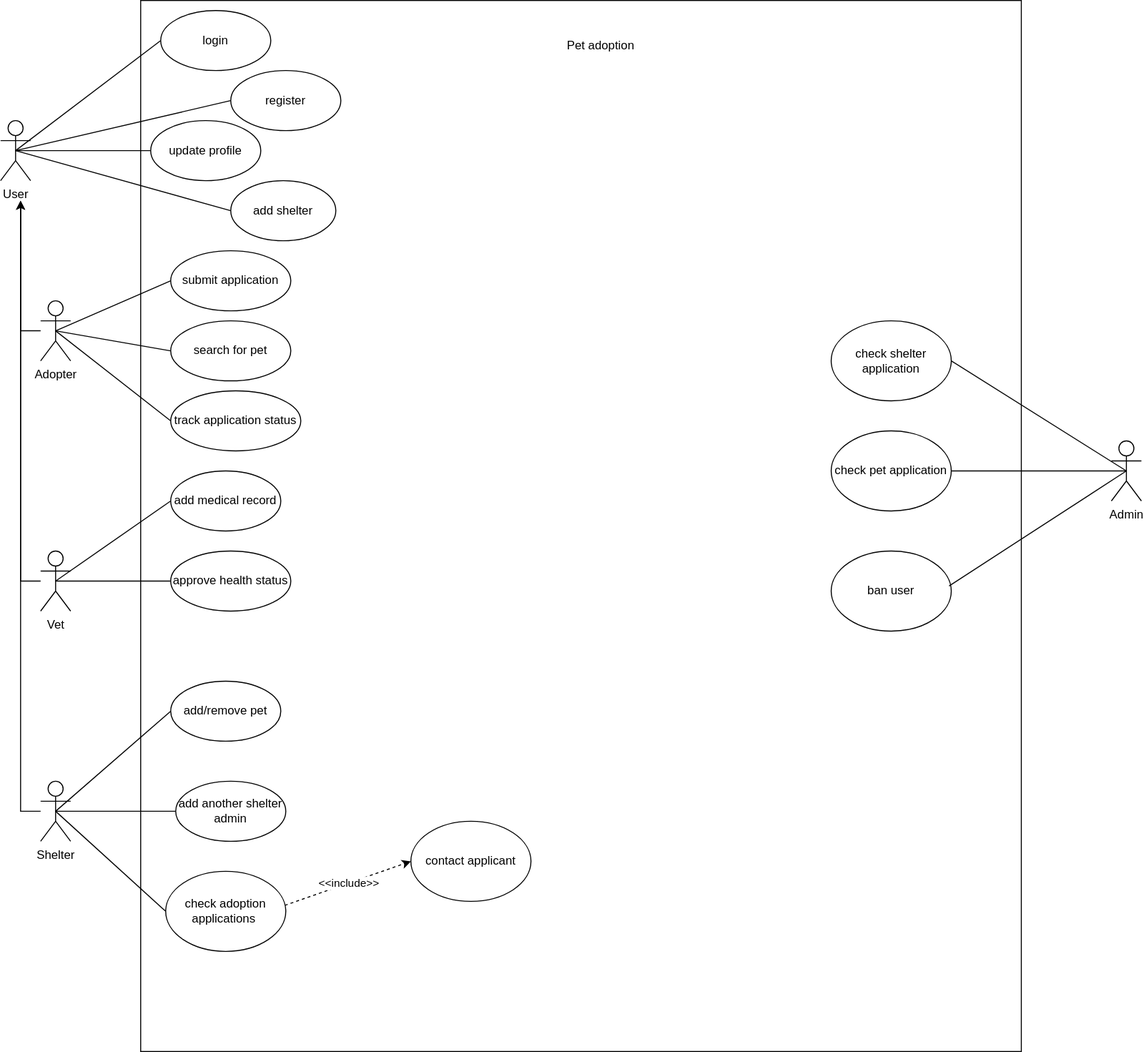
Thomaskald/DistributedSystems keeps this draw.io diagram as UseCase.svg. Above is the earlier version. Source tidied: cells renumbered, new cells last; positions are measured from the earlier drawing's top-left corner, leaving out a move shared by most shapes. The source it was exported from:
```xml
<mxGraphModel background="#ffffff">
  <root>
    <mxCell id="0" />
    <mxCell id="1" parent="0" />
    <mxCell id="2" style="rounded=0;whiteSpace=wrap;html=1;" parent="1" vertex="1">
      <mxGeometry x="140" width="880" height="1050" as="geometry" />
    </mxCell>
    <mxCell id="3" value="Pet adoption" style="text;html=1;align=center;verticalAlign=middle;whiteSpace=wrap;rounded=0;" parent="1" vertex="1">
      <mxGeometry x="560" y="30" width="80" height="30" as="geometry" />
    </mxCell>
    <mxCell id="4" value="User" style="shape=umlActor;verticalLabelPosition=bottom;verticalAlign=top;html=1;outlineConnect=0;" parent="1" vertex="1">
      <mxGeometry y="120" width="30" height="60" as="geometry" />
    </mxCell>
    <mxCell id="5" style="edgeStyle=orthogonalEdgeStyle;rounded=0;jettySize=auto;html=1;" parent="1" edge="1" source="6">
      <mxGeometry relative="1" as="geometry">
        <mxPoint x="20" y="200" as="targetPoint" />
      </mxGeometry>
    </mxCell>
    <mxCell id="6" value="Adopter" style="shape=umlActor;verticalLabelPosition=bottom;verticalAlign=top;html=1;outlineConnect=0;" parent="1" vertex="1">
      <mxGeometry x="40" y="300" width="30" height="60" as="geometry" />
    </mxCell>
    <mxCell id="7" style="edgeStyle=orthogonalEdgeStyle;rounded=0;jettySize=auto;html=1;" parent="1" edge="1" source="8">
      <mxGeometry relative="1" as="geometry">
        <mxPoint x="20" y="200" as="targetPoint" />
      </mxGeometry>
    </mxCell>
    <mxCell id="8" value="Vet" style="shape=umlActor;verticalLabelPosition=bottom;verticalAlign=top;html=1;outlineConnect=0;" parent="1" vertex="1">
      <mxGeometry x="40" y="550" width="30" height="60" as="geometry" />
    </mxCell>
    <mxCell id="9" style="edgeStyle=orthogonalEdgeStyle;rounded=0;jettySize=auto;html=1;" parent="1" edge="1" source="10">
      <mxGeometry relative="1" as="geometry">
        <mxPoint x="20" y="200" as="targetPoint" />
      </mxGeometry>
    </mxCell>
    <mxCell id="10" value="Shelter" style="shape=umlActor;verticalLabelPosition=bottom;verticalAlign=top;html=1;outlineConnect=0;" parent="1" vertex="1">
      <mxGeometry x="40" y="780" width="30" height="60" as="geometry" />
    </mxCell>
    <mxCell id="11" value="login" style="ellipse;whiteSpace=wrap;html=1;" parent="1" vertex="1">
      <mxGeometry x="160" y="10" width="110" height="60" as="geometry" />
    </mxCell>
    <mxCell id="12" style="endArrow=none;html=1;rounded=0;exitX=0.5;exitY=0.5;exitDx=0;exitDy=0;exitPerimeter=0;entryX=0;entryY=0.5;entryDx=0;entryDy=0;" parent="1" edge="1" source="4" target="11">
      <mxGeometry relative="1" as="geometry" />
    </mxCell>
    <mxCell id="13" value="register" style="ellipse;whiteSpace=wrap;html=1;" parent="1" vertex="1">
      <mxGeometry x="230" y="70" width="110" height="60" as="geometry" />
    </mxCell>
    <mxCell id="14" style="endArrow=none;html=1;rounded=0;exitX=0.5;exitY=0.5;exitDx=0;exitDy=0;exitPerimeter=0;entryX=0;entryY=0.5;entryDx=0;entryDy=0;" parent="1" edge="1" source="4" target="13">
      <mxGeometry relative="1" as="geometry" />
    </mxCell>
    <mxCell id="15" value="update profile" style="ellipse;whiteSpace=wrap;html=1;" parent="1" vertex="1">
      <mxGeometry x="150" y="120" width="110" height="60" as="geometry" />
    </mxCell>
    <mxCell id="16" style="endArrow=none;html=1;rounded=0;exitX=0.5;exitY=0.5;exitDx=0;exitDy=0;exitPerimeter=0;entryX=0;entryY=0.5;entryDx=0;entryDy=0;" parent="1" edge="1" source="4" target="15">
      <mxGeometry relative="1" as="geometry" />
    </mxCell>
    <mxCell id="17" value="submit application" style="ellipse;whiteSpace=wrap;html=1;" parent="1" vertex="1">
      <mxGeometry x="170" y="250" width="120" height="60" as="geometry" />
    </mxCell>
    <mxCell id="18" style="endArrow=none;html=1;rounded=0;entryX=0;entryY=0.5;entryDx=0;entryDy=0;exitX=0.5;exitY=0.5;exitDx=0;exitDy=0;exitPerimeter=0;" parent="1" edge="1" source="6" target="17">
      <mxGeometry relative="1" as="geometry" />
    </mxCell>
    <mxCell id="19" value="search for pet" style="ellipse;whiteSpace=wrap;html=1;" parent="1" vertex="1">
      <mxGeometry x="170" y="320" width="120" height="60" as="geometry" />
    </mxCell>
    <mxCell id="20" style="endArrow=none;html=1;rounded=0;entryX=0;entryY=0.5;entryDx=0;entryDy=0;exitX=0.5;exitY=0.5;exitDx=0;exitDy=0;exitPerimeter=0;" parent="1" edge="1" source="6" target="19">
      <mxGeometry relative="1" as="geometry" />
    </mxCell>
    <mxCell id="21" value="track application status" style="ellipse;whiteSpace=wrap;html=1;" parent="1" vertex="1">
      <mxGeometry x="170" y="390" width="130" height="60" as="geometry" />
    </mxCell>
    <mxCell id="22" style="endArrow=none;html=1;rounded=0;exitX=0.5;exitY=0.5;exitDx=0;exitDy=0;exitPerimeter=0;entryX=0;entryY=0.5;entryDx=0;entryDy=0;" parent="1" edge="1" source="6" target="21">
      <mxGeometry relative="1" as="geometry" />
    </mxCell>
    <mxCell id="23" value="add medical record" style="ellipse;whiteSpace=wrap;html=1;" parent="1" vertex="1">
      <mxGeometry x="170" y="470" width="110" height="60" as="geometry" />
    </mxCell>
    <mxCell id="24" style="endArrow=none;html=1;rounded=0;exitX=0.5;exitY=0.5;exitDx=0;exitDy=0;exitPerimeter=0;entryX=0;entryY=0.5;entryDx=0;entryDy=0;" parent="1" edge="1" source="8" target="23">
      <mxGeometry relative="1" as="geometry" />
    </mxCell>
    <mxCell id="25" value="approve health status" style="ellipse;whiteSpace=wrap;html=1;" parent="1" vertex="1">
      <mxGeometry x="170" y="550" width="120" height="60" as="geometry" />
    </mxCell>
    <mxCell id="26" style="endArrow=none;html=1;rounded=0;exitX=0.5;exitY=0.5;exitDx=0;exitDy=0;exitPerimeter=0;entryX=0;entryY=0.5;entryDx=0;entryDy=0;" parent="1" edge="1" source="8" target="25">
      <mxGeometry relative="1" as="geometry" />
    </mxCell>
    <mxCell id="27" value="add/remove pet" style="ellipse;whiteSpace=wrap;html=1;" parent="1" vertex="1">
      <mxGeometry x="170" y="680" width="110" height="60" as="geometry" />
    </mxCell>
    <mxCell id="28" style="endArrow=none;html=1;rounded=0;exitX=0.5;exitY=0.5;exitDx=0;exitDy=0;exitPerimeter=0;entryX=0;entryY=0.5;entryDx=0;entryDy=0;" parent="1" edge="1" source="10" target="27">
      <mxGeometry relative="1" as="geometry" />
    </mxCell>
    <mxCell id="29" value="add another shelter admin" style="ellipse;whiteSpace=wrap;html=1;" parent="1" vertex="1">
      <mxGeometry x="175" y="780" width="110" height="60" as="geometry" />
    </mxCell>
    <mxCell id="30" style="endArrow=none;html=1;rounded=0;exitX=0.5;exitY=0.5;exitDx=0;exitDy=0;exitPerimeter=0;entryX=0;entryY=0.5;entryDx=0;entryDy=0;" parent="1" edge="1" source="10" target="29">
      <mxGeometry relative="1" as="geometry" />
    </mxCell>
    <mxCell id="31" value="check adoption applications&amp;nbsp;" style="ellipse;whiteSpace=wrap;html=1;" parent="1" vertex="1">
      <mxGeometry x="165" y="870" width="120" height="80" as="geometry" />
    </mxCell>
    <mxCell id="32" style="endArrow=classic;html=1;rounded=0;dashed=1;exitX=0.992;exitY=0.425;exitDx=0;exitDy=0;exitPerimeter=0;entryX=0;entryY=0.5;entryDx=0;entryDy=0;" parent="1" edge="1" source="31" target="34">
      <mxGeometry relative="1" as="geometry" />
    </mxCell>
    <mxCell id="33" value="&amp;lt;&amp;lt;include&amp;gt;&amp;gt;" style="edgeLabel;html=1;align=center;verticalAlign=middle;" parent="32" vertex="1">
      <mxGeometry relative="1" as="geometry" />
    </mxCell>
    <mxCell id="34" value="contact applicant" style="ellipse;whiteSpace=wrap;html=1;" parent="1" vertex="1">
      <mxGeometry x="410" y="820" width="120" height="80" as="geometry" />
    </mxCell>
    <mxCell id="35" value="Admin" style="shape=umlActor;verticalLabelPosition=bottom;verticalAlign=top;html=1;outlineConnect=0;" parent="1" vertex="1">
      <mxGeometry x="1110" y="440" width="30" height="60" as="geometry" />
    </mxCell>
    <mxCell id="36" value="check shelter application" style="ellipse;whiteSpace=wrap;html=1;" parent="1" vertex="1">
      <mxGeometry x="830" y="320" width="120" height="80" as="geometry" />
    </mxCell>
    <mxCell id="37" style="endArrow=none;html=1;rounded=0;exitX=0.5;exitY=0.5;exitDx=0;exitDy=0;exitPerimeter=0;entryX=1;entryY=0.5;entryDx=0;entryDy=0;" parent="1" edge="1" source="35" target="36">
      <mxGeometry relative="1" as="geometry" />
    </mxCell>
    <mxCell id="38" value="check pet application" style="ellipse;whiteSpace=wrap;html=1;" parent="1" vertex="1">
      <mxGeometry x="830" y="430" width="120" height="80" as="geometry" />
    </mxCell>
    <mxCell id="39" style="endArrow=none;html=1;rounded=0;entryX=0.5;entryY=0.5;entryDx=0;entryDy=0;entryPerimeter=0;exitX=1;exitY=0.5;exitDx=0;exitDy=0;" parent="1" edge="1" source="38" target="35">
      <mxGeometry relative="1" as="geometry" />
    </mxCell>
    <mxCell id="40" value="ban user" style="ellipse;whiteSpace=wrap;html=1;" parent="1" vertex="1">
      <mxGeometry x="830" y="550" width="120" height="80" as="geometry" />
    </mxCell>
    <mxCell id="41" style="endArrow=none;html=1;rounded=0;entryX=0.5;entryY=0.5;entryDx=0;entryDy=0;entryPerimeter=0;exitX=0.982;exitY=0.436;exitDx=0;exitDy=0;exitPerimeter=0;" parent="1" edge="1" source="40" target="35">
      <mxGeometry relative="1" as="geometry" />
    </mxCell>
    <mxCell id="42" style="endArrow=none;html=1;rounded=0;exitX=0.5;exitY=0.5;exitDx=0;exitDy=0;exitPerimeter=0;entryX=0;entryY=0.5;entryDx=0;entryDy=0;" parent="1" edge="1" source="10" target="31">
      <mxGeometry relative="1" as="geometry" />
    </mxCell>
    <mxCell id="43" style="endArrow=none;html=1;rounded=0;exitX=0.5;exitY=0.5;exitDx=0;exitDy=0;exitPerimeter=0;entryX=0;entryY=0.5;entryDx=0;entryDy=0;" parent="1" edge="1" source="4" target="44">
      <mxGeometry relative="1" as="geometry" />
    </mxCell>
    <mxCell id="44" value="add shelter" style="ellipse;whiteSpace=wrap;html=1;" parent="1" vertex="1">
      <mxGeometry x="230" y="180" width="105" height="60" as="geometry" />
    </mxCell>
  </root>
</mxGraphModel>
```
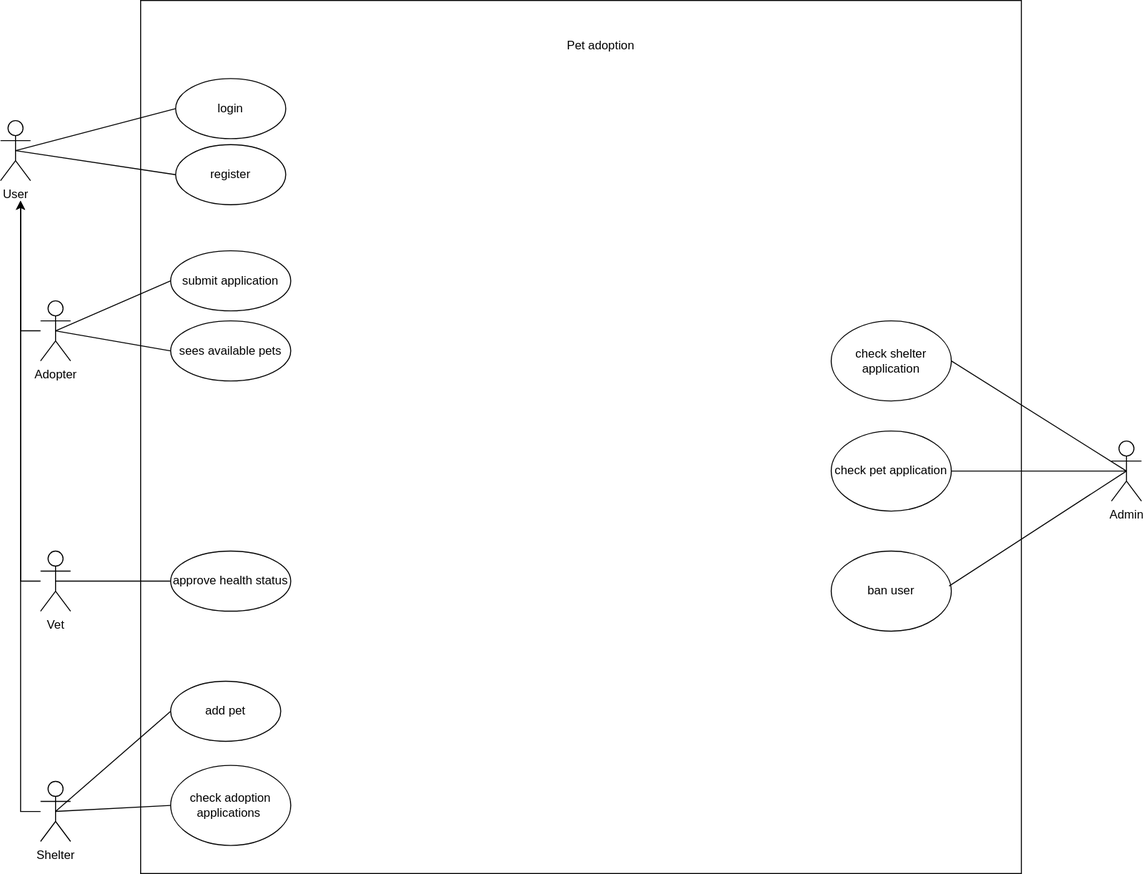
Above is the later version.

Change to the diagram source:
```diff
@@ -1,9 +1,9 @@
-<mxGraphModel background="#ffffff">
+<mxGraphModel>
   <root>
     <mxCell id="0" />
     <mxCell id="1" parent="0" />
     <mxCell id="2" style="rounded=0;whiteSpace=wrap;html=1;" parent="1" vertex="1">
-      <mxGeometry x="140" width="880" height="1050" as="geometry" />
+      <mxGeometry x="140" width="880" height="872" as="geometry" />
     </mxCell>
     <mxCell id="3" value="Pet adoption" style="text;html=1;align=center;verticalAlign=middle;whiteSpace=wrap;rounded=0;" parent="1" vertex="1">
       <mxGeometry x="560" y="30" width="80" height="30" as="geometry" />
@@ -36,77 +36,44 @@
       <mxGeometry x="40" y="780" width="30" height="60" as="geometry" />
     </mxCell>
     <mxCell id="11" value="login" style="ellipse;whiteSpace=wrap;html=1;" parent="1" vertex="1">
-      <mxGeometry x="160" y="10" width="110" height="60" as="geometry" />
+      <mxGeometry x="175" y="78" width="110" height="60" as="geometry" />
     </mxCell>
     <mxCell id="12" style="endArrow=none;html=1;rounded=0;exitX=0.5;exitY=0.5;exitDx=0;exitDy=0;exitPerimeter=0;entryX=0;entryY=0.5;entryDx=0;entryDy=0;" parent="1" edge="1" source="4" target="11">
       <mxGeometry relative="1" as="geometry" />
     </mxCell>
     <mxCell id="13" value="register" style="ellipse;whiteSpace=wrap;html=1;" parent="1" vertex="1">
-      <mxGeometry x="230" y="70" width="110" height="60" as="geometry" />
+      <mxGeometry x="175" y="144" width="110" height="60" as="geometry" />
     </mxCell>
     <mxCell id="14" style="endArrow=none;html=1;rounded=0;exitX=0.5;exitY=0.5;exitDx=0;exitDy=0;exitPerimeter=0;entryX=0;entryY=0.5;entryDx=0;entryDy=0;" parent="1" edge="1" source="4" target="13">
       <mxGeometry relative="1" as="geometry" />
     </mxCell>
-    <mxCell id="15" value="update profile" style="ellipse;whiteSpace=wrap;html=1;" parent="1" vertex="1">
-      <mxGeometry x="150" y="120" width="110" height="60" as="geometry" />
-    </mxCell>
-    <mxCell id="16" style="endArrow=none;html=1;rounded=0;exitX=0.5;exitY=0.5;exitDx=0;exitDy=0;exitPerimeter=0;entryX=0;entryY=0.5;entryDx=0;entryDy=0;" parent="1" edge="1" source="4" target="15">
-      <mxGeometry relative="1" as="geometry" />
-    </mxCell>
     <mxCell id="17" value="submit application" style="ellipse;whiteSpace=wrap;html=1;" parent="1" vertex="1">
       <mxGeometry x="170" y="250" width="120" height="60" as="geometry" />
     </mxCell>
     <mxCell id="18" style="endArrow=none;html=1;rounded=0;entryX=0;entryY=0.5;entryDx=0;entryDy=0;exitX=0.5;exitY=0.5;exitDx=0;exitDy=0;exitPerimeter=0;" parent="1" edge="1" source="6" target="17">
       <mxGeometry relative="1" as="geometry" />
     </mxCell>
-    <mxCell id="19" value="search for pet" style="ellipse;whiteSpace=wrap;html=1;" parent="1" vertex="1">
+    <mxCell id="19" value="sees available pets" style="ellipse;whiteSpace=wrap;html=1;" parent="1" vertex="1">
       <mxGeometry x="170" y="320" width="120" height="60" as="geometry" />
     </mxCell>
     <mxCell id="20" style="endArrow=none;html=1;rounded=0;entryX=0;entryY=0.5;entryDx=0;entryDy=0;exitX=0.5;exitY=0.5;exitDx=0;exitDy=0;exitPerimeter=0;" parent="1" edge="1" source="6" target="19">
       <mxGeometry relative="1" as="geometry" />
     </mxCell>
-    <mxCell id="21" value="track application status" style="ellipse;whiteSpace=wrap;html=1;" parent="1" vertex="1">
-      <mxGeometry x="170" y="390" width="130" height="60" as="geometry" />
-    </mxCell>
-    <mxCell id="22" style="endArrow=none;html=1;rounded=0;exitX=0.5;exitY=0.5;exitDx=0;exitDy=0;exitPerimeter=0;entryX=0;entryY=0.5;entryDx=0;entryDy=0;" parent="1" edge="1" source="6" target="21">
-      <mxGeometry relative="1" as="geometry" />
-    </mxCell>
-    <mxCell id="23" value="add medical record" style="ellipse;whiteSpace=wrap;html=1;" parent="1" vertex="1">
-      <mxGeometry x="170" y="470" width="110" height="60" as="geometry" />
-    </mxCell>
-    <mxCell id="24" style="endArrow=none;html=1;rounded=0;exitX=0.5;exitY=0.5;exitDx=0;exitDy=0;exitPerimeter=0;entryX=0;entryY=0.5;entryDx=0;entryDy=0;" parent="1" edge="1" source="8" target="23">
-      <mxGeometry relative="1" as="geometry" />
-    </mxCell>
     <mxCell id="25" value="approve health status" style="ellipse;whiteSpace=wrap;html=1;" parent="1" vertex="1">
       <mxGeometry x="170" y="550" width="120" height="60" as="geometry" />
     </mxCell>
     <mxCell id="26" style="endArrow=none;html=1;rounded=0;exitX=0.5;exitY=0.5;exitDx=0;exitDy=0;exitPerimeter=0;entryX=0;entryY=0.5;entryDx=0;entryDy=0;" parent="1" edge="1" source="8" target="25">
       <mxGeometry relative="1" as="geometry" />
     </mxCell>
-    <mxCell id="27" value="add/remove pet" style="ellipse;whiteSpace=wrap;html=1;" parent="1" vertex="1">
+    <mxCell id="27" value="add pet" style="ellipse;whiteSpace=wrap;html=1;" parent="1" vertex="1">
       <mxGeometry x="170" y="680" width="110" height="60" as="geometry" />
     </mxCell>
     <mxCell id="28" style="endArrow=none;html=1;rounded=0;exitX=0.5;exitY=0.5;exitDx=0;exitDy=0;exitPerimeter=0;entryX=0;entryY=0.5;entryDx=0;entryDy=0;" parent="1" edge="1" source="10" target="27">
       <mxGeometry relative="1" as="geometry" />
     </mxCell>
-    <mxCell id="29" value="add another shelter admin" style="ellipse;whiteSpace=wrap;html=1;" parent="1" vertex="1">
-      <mxGeometry x="175" y="780" width="110" height="60" as="geometry" />
-    </mxCell>
-    <mxCell id="30" style="endArrow=none;html=1;rounded=0;exitX=0.5;exitY=0.5;exitDx=0;exitDy=0;exitPerimeter=0;entryX=0;entryY=0.5;entryDx=0;entryDy=0;" parent="1" edge="1" source="10" target="29">
-      <mxGeometry relative="1" as="geometry" />
-    </mxCell>
     <mxCell id="31" value="check adoption applications&amp;nbsp;" style="ellipse;whiteSpace=wrap;html=1;" parent="1" vertex="1">
-      <mxGeometry x="165" y="870" width="120" height="80" as="geometry" />
+      <mxGeometry x="170" y="764" width="120" height="80" as="geometry" />
     </mxCell>
-    <mxCell id="32" style="endArrow=classic;html=1;rounded=0;dashed=1;exitX=0.992;exitY=0.425;exitDx=0;exitDy=0;exitPerimeter=0;entryX=0;entryY=0.5;entryDx=0;entryDy=0;" parent="1" edge="1" source="31" target="34">
-      <mxGeometry relative="1" as="geometry" />
-    </mxCell>
-    <mxCell id="33" value="&amp;lt;&amp;lt;include&amp;gt;&amp;gt;" style="edgeLabel;html=1;align=center;verticalAlign=middle;" parent="32" vertex="1">
-      <mxGeometry relative="1" as="geometry" />
-    </mxCell>
-    <mxCell id="34" value="contact applicant" style="ellipse;whiteSpace=wrap;html=1;" parent="1" vertex="1">
-      <mxGeometry x="410" y="820" width="120" height="80" as="geometry" />
-    </mxCell>
     <mxCell id="35" value="Admin" style="shape=umlActor;verticalLabelPosition=bottom;verticalAlign=top;html=1;outlineConnect=0;" parent="1" vertex="1">
       <mxGeometry x="1110" y="440" width="30" height="60" as="geometry" />
     </mxCell>
@@ -131,11 +98,5 @@
     <mxCell id="42" style="endArrow=none;html=1;rounded=0;exitX=0.5;exitY=0.5;exitDx=0;exitDy=0;exitPerimeter=0;entryX=0;entryY=0.5;entryDx=0;entryDy=0;" parent="1" edge="1" source="10" target="31">
       <mxGeometry relative="1" as="geometry" />
     </mxCell>
-    <mxCell id="43" style="endArrow=none;html=1;rounded=0;exitX=0.5;exitY=0.5;exitDx=0;exitDy=0;exitPerimeter=0;entryX=0;entryY=0.5;entryDx=0;entryDy=0;" parent="1" edge="1" source="4" target="44">
-      <mxGeometry relative="1" as="geometry" />
-    </mxCell>
-    <mxCell id="44" value="add shelter" style="ellipse;whiteSpace=wrap;html=1;" parent="1" vertex="1">
-      <mxGeometry x="230" y="180" width="105" height="60" as="geometry" />
-    </mxCell>
   </root>
 </mxGraphModel>
```
